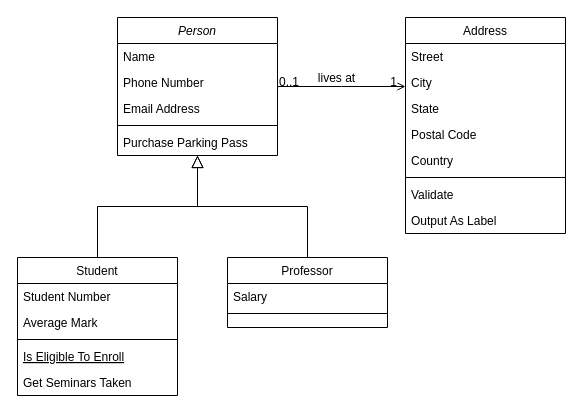
Earlier version of the draw.io diagram 未命名绘图.drawio (Littrow/Chen). Source tidied: cells renumbered, new cells numbered last; positions are measured from the earlier drawing's top-left corner, leaving out a move shared by most shapes. Both pictures are drawn from the tidied source at 100%, with x=0, y=0 at pixel (17, 17).
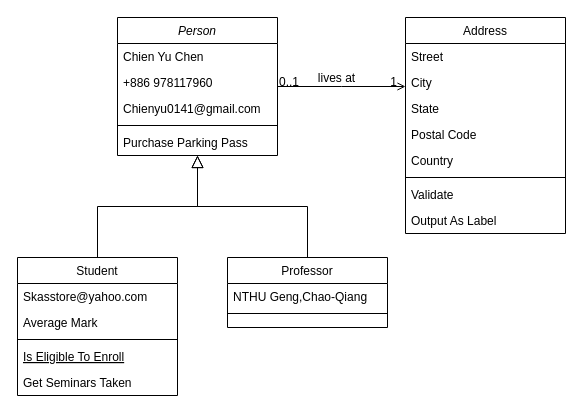
Above is the later version.

Unchanged cells that the change refers to:
```xml
<mxCell id="2" value="Person" style="swimlane;fontStyle=2;align=center;verticalAlign=top;horizontal=1;startSize=26;rounded=0;shadow=0;strokeWidth=1;" parent="1" vertex="1">
  <mxGeometry x="100" width="160" height="138" as="geometry" />
</mxCell>
<mxCell id="8" value="Student" style="swimlane;fontStyle=0;align=center;verticalAlign=top;horizontal=1;startSize=26;rounded=0;shadow=0;strokeWidth=1;" parent="1" vertex="1">
  <mxGeometry y="240" width="160" height="138" as="geometry" />
</mxCell>
<mxCell id="15" value="Professor" style="swimlane;fontStyle=0;align=center;verticalAlign=top;horizontal=1;startSize=26;rounded=0;shadow=0;strokeWidth=1;" parent="1" vertex="1">
  <mxGeometry x="210" y="240" width="160" height="70" as="geometry" />
</mxCell>
```

Change to the diagram source:
```diff
@@
-    <mxCell id="3" value="Name" style="text;align=left;verticalAlign=top;spacingLeft=4;spacingRight=4;overflow=hidden;" parent="2" vertex="1">
+    <mxCell id="3" value="Chien Yu Chen" style="text;align=left;verticalAlign=top;spacingLeft=4;spacingRight=4;overflow=hidden;" parent="2" vertex="1">
       <mxGeometry y="26" width="160" height="26" as="geometry" />
     </mxCell>
-    <mxCell id="4" value="Phone Number" style="text;align=left;verticalAlign=top;spacingLeft=4;spacingRight=4;overflow=hidden;rounded=0;shadow=0;html=0;" parent="2" vertex="1">
+    <mxCell id="4" value="+886 978117960" style="text;align=left;verticalAlign=top;spacingLeft=4;spacingRight=4;overflow=hidden;rounded=0;shadow=0;html=0;" parent="2" vertex="1">
       <mxGeometry y="52" width="160" height="26" as="geometry" />
     </mxCell>
-    <mxCell id="5" value="Email Address" style="text;align=left;verticalAlign=top;spacingLeft=4;spacingRight=4;overflow=hidden;rounded=0;shadow=0;html=0;" parent="2" vertex="1">
+    <mxCell id="5" value="Chienyu0141@gmail.com" style="text;align=left;verticalAlign=top;spacingLeft=4;spacingRight=4;overflow=hidden;rounded=0;shadow=0;html=0;" parent="2" vertex="1">
       <mxGeometry y="78" width="160" height="26" as="geometry" />
     </mxCell>
@@
-    <mxCell id="9" value="Student Number" style="text;align=left;verticalAlign=top;spacingLeft=4;spacingRight=4;overflow=hidden;" parent="8" vertex="1">
+    <mxCell id="9" value="Skasstore@yahoo.com" style="text;align=left;verticalAlign=top;spacingLeft=4;spacingRight=4;overflow=hidden;" parent="8" vertex="1">
       <mxGeometry y="26" width="160" height="26" as="geometry" />
     </mxCell>
@@
-    <mxCell id="16" value="Salary" style="text;align=left;verticalAlign=top;spacingLeft=4;spacingRight=4;overflow=hidden;" parent="15" vertex="1">
+    <mxCell id="16" value="NTHU Geng,Chao-Qiang" style="text;align=left;verticalAlign=top;spacingLeft=4;spacingRight=4;overflow=hidden;" parent="15" vertex="1">
       <mxGeometry y="26" width="160" height="26" as="geometry" />
     </mxCell>
```
